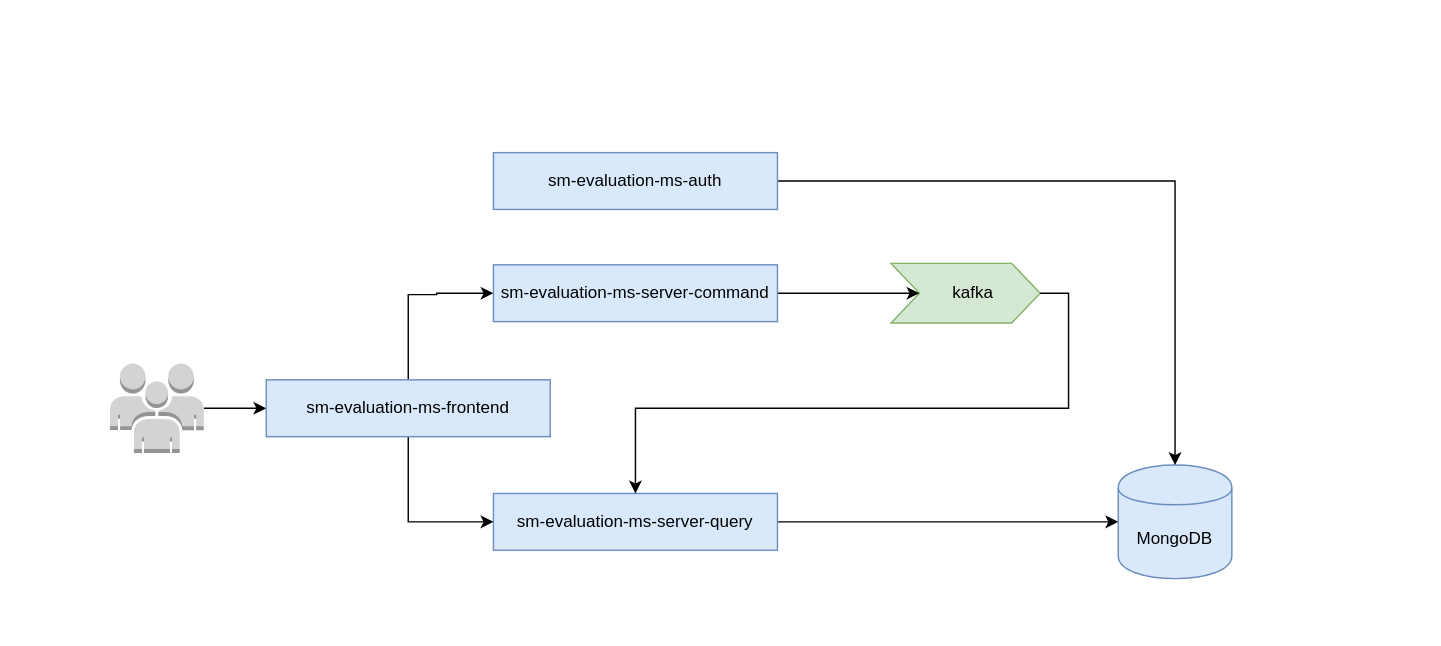
Before: architecture.drawio in sebastian-misiewicz/sm-evaluation-microservices, a draw.io diagram. Source tidied: cells renumbered, new cells numbered last; positions are measured from the earlier drawing's top-left corner, leaving out a move shared by most shapes. Both pictures are drawn from the tidied source at 142%, with x=0, y=0 at pixel (109, 152).
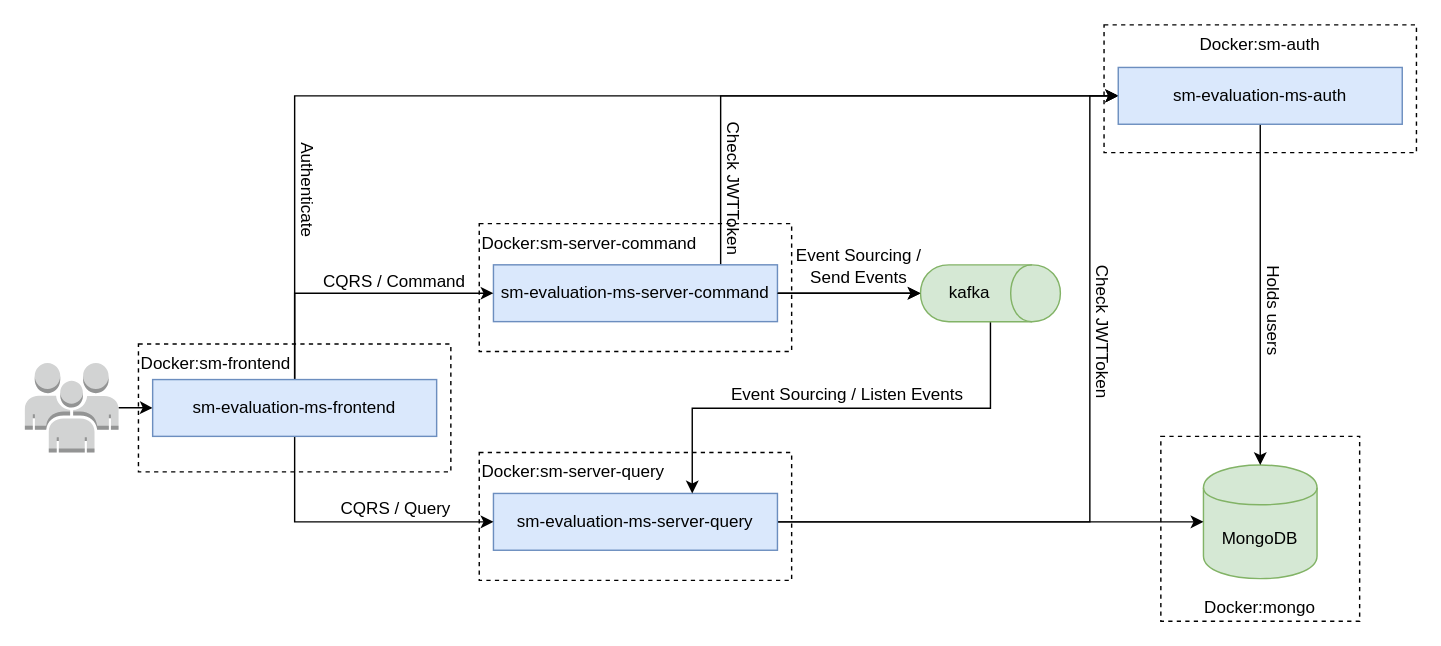
The same page after the edit.

Unchanged cells that the change refers to:
```xml
<mxCell id="5" value="sm-evaluation-ms-server-command" style="rounded=0;whiteSpace=wrap;html=1;fillColor=#dae8fc;strokeColor=#6c8ebf;" parent="1" vertex="1">
  <mxGeometry x="270" y="79" width="200" height="40" as="geometry" />
</mxCell>
<mxCell id="7" value="sm-evaluation-ms-server-query" style="rounded=0;whiteSpace=wrap;html=1;fillColor=#dae8fc;strokeColor=#6c8ebf;" parent="1" vertex="1">
  <mxGeometry x="270" y="240" width="200" height="40" as="geometry" />
</mxCell>
```

Change to the diagram source:
```diff
@@
-    <mxCell id="2" style="shape=step;perimeter=stepPerimeter;whiteSpace=wrap;html=1;fixedSize=1;fillColor=#d5e8d4;strokeColor=#82b366;" parent="1" vertex="1">
-      <mxGeometry x="550" y="78" width="105" height="42" as="geometry" />
-    </mxCell>
+    <mxCell id="17" value="Docker:sm-frontend" style="rounded=0;whiteSpace=wrap;html=1;dashed=1;verticalAlign=top;align=left;" parent="1" vertex="1">
+      <mxGeometry x="20" y="134.8" width="220" height="90" as="geometry" />
+    </mxCell>
+    <mxCell id="18" value="Docker:sm-server-query" style="rounded=0;whiteSpace=wrap;html=1;dashed=1;verticalAlign=top;align=left;" parent="1" vertex="1">
+      <mxGeometry x="260" y="211.2" width="220" height="90" as="geometry" />
+    </mxCell>
+    <mxCell id="19" value="Docker:sm-server-command" style="rounded=0;whiteSpace=wrap;html=1;dashed=1;verticalAlign=top;align=left;" parent="1" vertex="1">
+      <mxGeometry x="260" y="50" width="220" height="90" as="geometry" />
+    </mxCell>
+    <mxCell id="20" value="Docker:sm-auth" style="rounded=0;whiteSpace=wrap;html=1;dashed=1;verticalAlign=top;" parent="1" vertex="1">
+      <mxGeometry x="700" y="-90" width="220" height="90" as="geometry" />
+    </mxCell>
+    <mxCell id="21" value="Docker:mongo" style="rounded=0;whiteSpace=wrap;html=1;dashed=1;verticalAlign=bottom;" parent="1" vertex="1">
+      <mxGeometry x="740" y="199.8" width="140" height="130.2" as="geometry" />
+    </mxCell>
-    <mxCell id="3" value="MongoDB" style="shape=cylinder;whiteSpace=wrap;html=1;boundedLbl=1;backgroundOutline=1;fillColor=#dae8fc;strokeColor=#6c8ebf;" parent="1" vertex="1">
-      <mxGeometry x="710" y="220" width="80" height="80" as="geometry" />
+    <mxCell id="3" value="MongoDB" style="shape=cylinder;whiteSpace=wrap;html=1;boundedLbl=1;backgroundOutline=1;fillColor=#d5e8d4;strokeColor=#82b366;" parent="1" vertex="1">
+      <mxGeometry x="770" y="220" width="80" height="80" as="geometry" />
     </mxCell>
-    <mxCell id="4" style="edgeStyle=orthogonalEdgeStyle;rounded=0;jettySize=auto;html=1;entryX=0;entryY=0.5;entryDx=0;entryDy=0;" parent="1" edge="1" source="5" target="2">
+    <mxCell id="4" style="edgeStyle=orthogonalEdgeStyle;rounded=0;jettySize=auto;html=1;entryX=0.5;entryY=1;entryDx=0;entryDy=0;" parent="1" edge="1" source="5" target="14">
       <mxGeometry relative="1" as="geometry" />
     </mxCell>
+    <mxCell id="22" style="edgeStyle=orthogonalEdgeStyle;rounded=0;jettySize=auto;html=1;entryX=0;entryY=0.5;entryDx=0;entryDy=0;" parent="1" edge="1" source="5" target="16">
+      <mxGeometry relative="1" as="geometry">
+        <Array as="points">
+          <mxPoint x="430" y="-40" />
+        </Array>
+      </mxGeometry>
+    </mxCell>
+    <mxCell id="23" value="Check JWTToken" style="text;html=1;align=center;verticalAlign=middle;rotation=90;" parent="22" vertex="1">
+      <mxGeometry x="-0.66" y="2" relative="1" as="geometry">
+        <mxPoint x="12" y="13" as="offset" />
+      </mxGeometry>
+    </mxCell>
@@
+    <mxCell id="24" style="edgeStyle=orthogonalEdgeStyle;rounded=0;jettySize=auto;html=1;entryX=0;entryY=0.5;entryDx=0;entryDy=0;" parent="1" edge="1" source="7" target="16">
+      <mxGeometry relative="1" as="geometry">
+        <Array as="points">
+          <mxPoint x="690" y="260" />
+          <mxPoint x="690" y="-40" />
+        </Array>
+      </mxGeometry>
+    </mxCell>
+    <mxCell id="25" value="Check JWTToken" style="text;html=1;align=center;verticalAlign=middle;rotation=90;" parent="24" vertex="1">
+      <mxGeometry x="0.18" y="1" relative="1" as="geometry">
+        <mxPoint x="11" y="-36" as="offset" />
+      </mxGeometry>
+    </mxCell>
@@
     <mxCell id="8" style="edgeStyle=orthogonalEdgeStyle;rounded=0;jettySize=auto;html=1;entryX=0;entryY=0.5;entryDx=0;entryDy=0;exitX=0.5;exitY=0;exitDx=0;exitDy=0;" parent="1" edge="1" source="12" target="5">
       <mxGeometry relative="1" as="geometry">
         <Array as="points">
-          <mxPoint x="230" y="100" />
+          <mxPoint x="130" y="99" />
         </Array>
       </mxGeometry>
     </mxCell>
+    <mxCell id="26" value="CQRS / Command" style="text;html=1;align=center;verticalAlign=middle;" parent="8" vertex="1">
+      <mxGeometry x="0.07" y="-1" relative="1" as="geometry">
+        <mxPoint x="22.8" y="-10" as="offset" />
+      </mxGeometry>
+    </mxCell>
     <mxCell id="9" style="edgeStyle=orthogonalEdgeStyle;rounded=0;jettySize=auto;html=1;entryX=0;entryY=0.5;entryDx=0;entryDy=0;exitX=0.5;exitY=1;exitDx=0;exitDy=0;" parent="1" edge="1" source="12" target="7">
       <mxGeometry relative="1" as="geometry">
         <Array as="points">
-          <mxPoint x="210" y="260" />
+          <mxPoint x="130" y="260" />
         </Array>
       </mxGeometry>
     </mxCell>
+    <mxCell id="27" value="CQRS / Query" style="text;html=1;align=center;verticalAlign=middle;" parent="9" vertex="1">
+      <mxGeometry x="-0.43" y="34" relative="1" as="geometry">
+        <mxPoint x="36" y="-6.8" as="offset" />
+      </mxGeometry>
+    </mxCell>
@@
     <mxCell id="11" style="outlineConnect=0;dashed=0;verticalLabelPosition=bottom;verticalAlign=top;align=center;html=1;shape=mxgraph.aws3.users;fillColor=#D2D3D3;gradientColor=none;" parent="1" vertex="1">
-      <mxGeometry y="148.5" width="66" height="63" as="geometry" />
+      <mxGeometry x="-60" y="148.2" width="66" height="63" as="geometry" />
     </mxCell>
+    <mxCell id="28" style="edgeStyle=orthogonalEdgeStyle;rounded=0;jettySize=auto;html=1;exitX=0.5;exitY=0;exitDx=0;exitDy=0;entryX=0;entryY=0.5;entryDx=0;entryDy=0;" parent="1" edge="1" source="12" target="16">
+      <mxGeometry relative="1" as="geometry" />
+    </mxCell>
+    <mxCell id="29" value="Authenticate" style="text;html=1;align=center;verticalAlign=middle;rotation=90;" parent="28" vertex="1">
+      <mxGeometry x="-0.69" y="2" relative="1" as="geometry">
+        <mxPoint x="12" y="-13.8" as="offset" />
+      </mxGeometry>
+    </mxCell>
     <mxCell id="12" value="sm-evaluation-ms-frontend" style="rounded=0;whiteSpace=wrap;html=1;fillColor=#dae8fc;strokeColor=#6c8ebf;" parent="1" vertex="1">
-      <mxGeometry x="110" y="160" width="200" height="40" as="geometry" />
+      <mxGeometry x="30" y="159.8" width="200" height="40" as="geometry" />
     </mxCell>
-    <mxCell id="13" style="edgeStyle=orthogonalEdgeStyle;rounded=0;jettySize=auto;html=1;exitX=1;exitY=0.5;exitDx=0;exitDy=0;" parent="1" edge="1" source="2" target="7">
-      <mxGeometry relative="1" as="geometry" />
-    </mxCell>
+    <mxCell id="15" style="edgeStyle=orthogonalEdgeStyle;rounded=0;jettySize=auto;html=1;entryX=0.5;entryY=0;entryDx=0;entryDy=0;" parent="1" edge="1" source="16" target="3">
+      <mxGeometry relative="1" as="geometry" />
+    </mxCell>
+    <mxCell id="30" value="Holds users" style="text;html=1;align=center;verticalAlign=middle;rotation=90;" parent="15" vertex="1">
+      <mxGeometry x="-0.21" y="-1" relative="1" as="geometry">
+        <mxPoint x="11" y="35" as="offset" />
+      </mxGeometry>
+    </mxCell>
+    <mxCell id="16" value="sm-evaluation-ms-auth" style="rounded=0;whiteSpace=wrap;html=1;fillColor=#dae8fc;strokeColor=#6c8ebf;" parent="1" vertex="1">
+      <mxGeometry x="710" y="-60" width="200" height="40" as="geometry" />
+    </mxCell>
+    <mxCell id="31" style="edgeStyle=orthogonalEdgeStyle;rounded=0;jettySize=auto;html=1;" parent="1" edge="1" source="14" target="7">
+      <mxGeometry relative="1" as="geometry">
+        <Array as="points">
+          <mxPoint x="620" y="180" />
+          <mxPoint x="410" y="180" />
+        </Array>
+      </mxGeometry>
+    </mxCell>
+    <mxCell id="32" value="Event Sourcing / Listen Events" style="text;html=1;align=center;verticalAlign=middle;" parent="31" vertex="1">
+      <mxGeometry x="0.23" relative="1" as="geometry">
+        <mxPoint x="42" y="-10" as="offset" />
+      </mxGeometry>
+    </mxCell>
-    <mxCell id="14" value="kafka" style="text;html=1;strokeColor=none;fillColor=none;align=center;verticalAlign=middle;whiteSpace=wrap;rounded=0;" parent="1" vertex="1">
-      <mxGeometry x="577.5" y="84" width="60" height="30" as="geometry" />
+    <mxCell id="14" value="kafka" style="shape=cylinder;whiteSpace=wrap;html=1;boundedLbl=1;backgroundOutline=1;rotation=90;horizontal=0;fillColor=#d5e8d4;strokeColor=#82b366;" parent="1" vertex="1">
+      <mxGeometry x="600" y="49.8" width="40" height="98.5" as="geometry" />
     </mxCell>
-    <mxCell id="15" style="edgeStyle=orthogonalEdgeStyle;rounded=0;jettySize=auto;html=1;entryX=0.5;entryY=0;entryDx=0;entryDy=0;" parent="1" edge="1" source="16" target="3">
-      <mxGeometry relative="1" as="geometry" />
-    </mxCell>
-    <mxCell id="16" value="sm-evaluation-ms-auth" style="rounded=0;whiteSpace=wrap;html=1;fillColor=#dae8fc;strokeColor=#6c8ebf;" parent="1" vertex="1">
-      <mxGeometry x="270" width="200" height="40" as="geometry" />
-    </mxCell>
+    <mxCell id="33" style="edgeStyle=orthogonalEdgeStyle;rounded=0;jettySize=auto;html=1;entryX=0.5;entryY=1;entryDx=0;entryDy=0;" parent="1" edge="1" source="5" target="14">
+      <mxGeometry relative="1" as="geometry" />
+    </mxCell>
+    <mxCell id="34" value="Event Sourcing /&lt;br&gt;Send Events" style="text;html=1;align=center;verticalAlign=middle;" parent="33" vertex="1">
+      <mxGeometry x="0.26" y="1" relative="1" as="geometry">
+        <mxPoint x="-7" y="-19" as="offset" />
+      </mxGeometry>
+    </mxCell>
```
